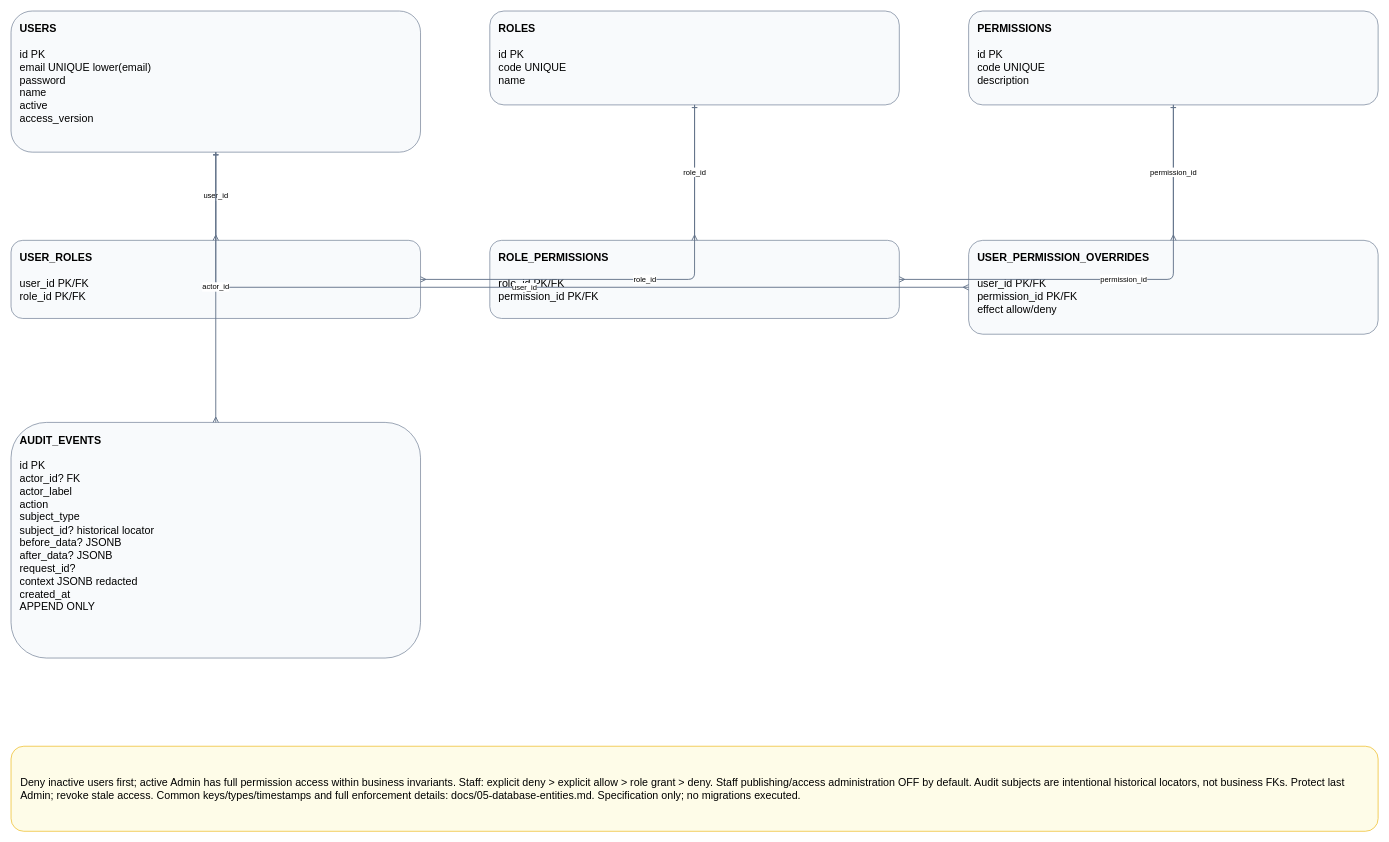
garfield2001/zek-catering-reservation keeps this draw.io diagram as page "06 Access and Audit" (5 of 5) of docs/diagrams/catalog_v3.drawio. Above is the earlier version. Source tidied: cells renumbered, new cells numbered last; positions are measured from the earlier drawing's top-left corner, leaving out a move shared by most shapes. Both pictures are drawn from the tidied source at 63%, with x=0, y=0 at pixel (11, 11).
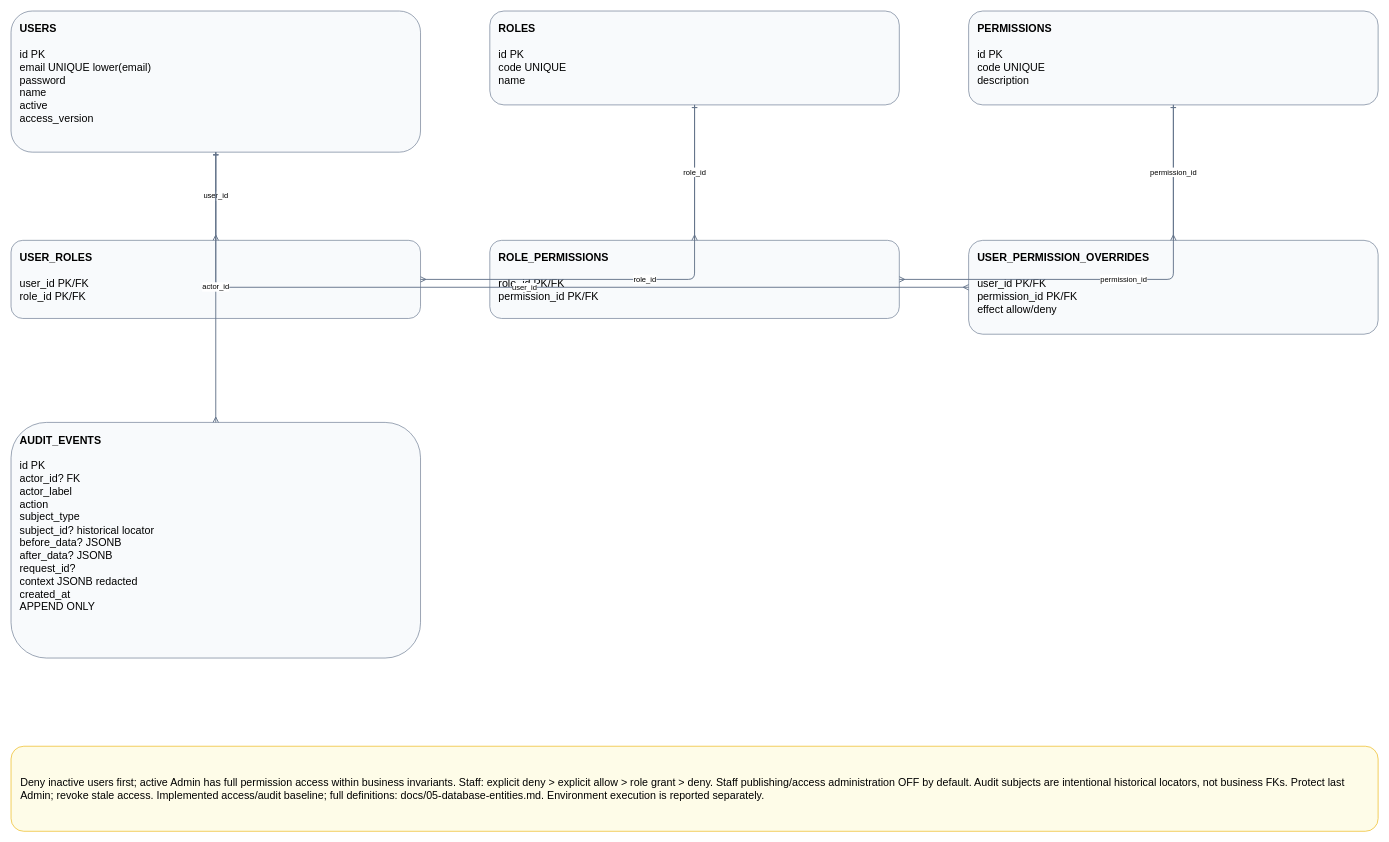
The same diagram, later.

The edit, as a diff of the source:
```diff
@@
 <mxGraphModel>
   <root>
     <mxCell id="0" />
     <mxCell id="1" parent="0" />
     <mxCell id="2" value="&lt;b&gt;USERS&lt;/b&gt;&lt;br/&gt;&lt;br/&gt;id PK&lt;br/&gt;email UNIQUE lower(email)&lt;br/&gt;password&lt;br/&gt;name&lt;br/&gt;active&lt;br/&gt;access_version" style="rounded=1;whiteSpace=wrap;html=1;fillColor=#f8fafc;strokeColor=#64748b;fontSize=17;align=left;verticalAlign=top;spacing=14;" parent="1" vertex="1">
       <mxGeometry width="650" height="224" as="geometry" />
     </mxCell>
     <mxCell id="3" value="&lt;b&gt;ROLES&lt;/b&gt;&lt;br/&gt;&lt;br/&gt;id PK&lt;br/&gt;code UNIQUE&lt;br/&gt;name" style="rounded=1;whiteSpace=wrap;html=1;fillColor=#f8fafc;strokeColor=#64748b;fontSize=17;align=left;verticalAlign=top;spacing=14;" parent="1" vertex="1">
       <mxGeometry x="760" width="650" height="149" as="geometry" />
     </mxCell>
     <mxCell id="4" value="&lt;b&gt;PERMISSIONS&lt;/b&gt;&lt;br/&gt;&lt;br/&gt;id PK&lt;br/&gt;code UNIQUE&lt;br/&gt;description" style="rounded=1;whiteSpace=wrap;html=1;fillColor=#f8fafc;strokeColor=#64748b;fontSize=17;align=left;verticalAlign=top;spacing=14;" parent="1" vertex="1">
       <mxGeometry x="1520" width="650" height="149" as="geometry" />
     </mxCell>
     <mxCell id="5" value="&lt;b&gt;USER_ROLES&lt;/b&gt;&lt;br/&gt;&lt;br/&gt;user_id PK/FK&lt;br/&gt;role_id PK/FK" style="rounded=1;whiteSpace=wrap;html=1;fillColor=#f8fafc;strokeColor=#64748b;fontSize=17;align=left;verticalAlign=top;spacing=14;" parent="1" vertex="1">
       <mxGeometry y="364" width="650" height="124" as="geometry" />
     </mxCell>
     <mxCell id="6" value="&lt;b&gt;ROLE_PERMISSIONS&lt;/b&gt;&lt;br/&gt;&lt;br/&gt;role_id PK/FK&lt;br/&gt;permission_id PK/FK" style="rounded=1;whiteSpace=wrap;html=1;fillColor=#f8fafc;strokeColor=#64748b;fontSize=17;align=left;verticalAlign=top;spacing=14;" parent="1" vertex="1">
       <mxGeometry x="760" y="364" width="650" height="124" as="geometry" />
     </mxCell>
     <mxCell id="7" value="&lt;b&gt;USER_PERMISSION_OVERRIDES&lt;/b&gt;&lt;br/&gt;&lt;br/&gt;user_id PK/FK&lt;br/&gt;permission_id PK/FK&lt;br/&gt;effect allow/deny" style="rounded=1;whiteSpace=wrap;html=1;fillColor=#f8fafc;strokeColor=#64748b;fontSize=17;align=left;verticalAlign=top;spacing=14;" parent="1" vertex="1">
       <mxGeometry x="1520" y="364" width="650" height="149" as="geometry" />
     </mxCell>
     <mxCell id="8" value="&lt;b&gt;AUDIT_EVENTS&lt;/b&gt;&lt;br/&gt;&lt;br/&gt;id PK&lt;br/&gt;actor_id? FK&lt;br/&gt;actor_label&lt;br/&gt;action&lt;br/&gt;subject_type&lt;br/&gt;subject_id? historical locator&lt;br/&gt;before_data? JSONB&lt;br/&gt;after_data? JSONB&lt;br/&gt;request_id?&lt;br/&gt;context JSONB redacted&lt;br/&gt;created_at&lt;br/&gt;APPEND ONLY" style="rounded=1;whiteSpace=wrap;html=1;fillColor=#f8fafc;strokeColor=#64748b;fontSize=17;align=left;verticalAlign=top;spacing=14;" parent="1" vertex="1">
       <mxGeometry y="653" width="650" height="374" as="geometry" />
     </mxCell>
     <mxCell id="9" value="user_id" style="edgeStyle=orthogonalEdgeStyle;rounded=1;html=1;endArrow=ERone;startArrow=ERmany;strokeColor=#64748b;strokeWidth=1.5;fontSize=12;labelBackgroundColor=#ffffff;" parent="1" edge="1" source="5" target="2">
       <mxGeometry relative="1" as="geometry" />
     </mxCell>
     <mxCell id="10" value="role_id" style="edgeStyle=orthogonalEdgeStyle;rounded=1;html=1;endArrow=ERone;startArrow=ERmany;strokeColor=#64748b;strokeWidth=1.5;fontSize=12;labelBackgroundColor=#ffffff;" parent="1" edge="1" source="5" target="3">
       <mxGeometry relative="1" as="geometry" />
     </mxCell>
     <mxCell id="11" value="role_id" style="edgeStyle=orthogonalEdgeStyle;rounded=1;html=1;endArrow=ERone;startArrow=ERmany;strokeColor=#64748b;strokeWidth=1.5;fontSize=12;labelBackgroundColor=#ffffff;" parent="1" edge="1" source="6" target="3">
       <mxGeometry relative="1" as="geometry" />
     </mxCell>
     <mxCell id="12" value="permission_id" style="edgeStyle=orthogonalEdgeStyle;rounded=1;html=1;endArrow=ERone;startArrow=ERmany;strokeColor=#64748b;strokeWidth=1.5;fontSize=12;labelBackgroundColor=#ffffff;" parent="1" edge="1" source="6" target="4">
       <mxGeometry relative="1" as="geometry" />
     </mxCell>
     <mxCell id="13" value="user_id" style="edgeStyle=orthogonalEdgeStyle;rounded=1;html=1;endArrow=ERone;startArrow=ERmany;strokeColor=#64748b;strokeWidth=1.5;fontSize=12;labelBackgroundColor=#ffffff;" parent="1" edge="1" source="7" target="2">
       <mxGeometry relative="1" as="geometry" />
     </mxCell>
     <mxCell id="14" value="permission_id" style="edgeStyle=orthogonalEdgeStyle;rounded=1;html=1;endArrow=ERone;startArrow=ERmany;strokeColor=#64748b;strokeWidth=1.5;fontSize=12;labelBackgroundColor=#ffffff;" parent="1" edge="1" source="7" target="4">
       <mxGeometry relative="1" as="geometry" />
     </mxCell>
     <mxCell id="15" value="actor_id" style="edgeStyle=orthogonalEdgeStyle;rounded=1;html=1;endArrow=ERone;startArrow=ERmany;strokeColor=#64748b;strokeWidth=1.5;fontSize=12;labelBackgroundColor=#ffffff;" parent="1" edge="1" source="8" target="2">
       <mxGeometry relative="1" as="geometry" />
     </mxCell>
-    <mxCell id="16" value="Deny inactive users first; active Admin has full permission access within business invariants. Staff: explicit deny &gt; explicit allow &gt; role grant &gt; deny. Staff publishing/access administration OFF by default. Audit subjects are intentional historical locators, not business FKs. Protect last Admin; revoke stale access. Common keys/types/timestamps and full enforcement details: docs/05-database-entities.md. Specification only; no migrations executed." style="rounded=1;whiteSpace=wrap;html=1;fillColor=#fefce8;strokeColor=#eab308;fontSize=17;align=left;spacing=15;" parent="1" vertex="1">
+    <mxCell id="16" value="Deny inactive users first; active Admin has full permission access within business invariants. Staff: explicit deny &gt; explicit allow &gt; role grant &gt; deny. Staff publishing/access administration OFF by default. Audit subjects are intentional historical locators, not business FKs. Protect last Admin; revoke stale access. Implemented access/audit baseline; full definitions: docs/05-database-entities.md. Environment execution is reported separately." style="rounded=1;whiteSpace=wrap;html=1;fillColor=#fefce8;strokeColor=#eab308;fontSize=17;align=left;spacing=15;" parent="1" vertex="1">
       <mxGeometry y="1167" width="2170" height="135" as="geometry" />
     </mxCell>
   </root>
 </mxGraphModel>
```
